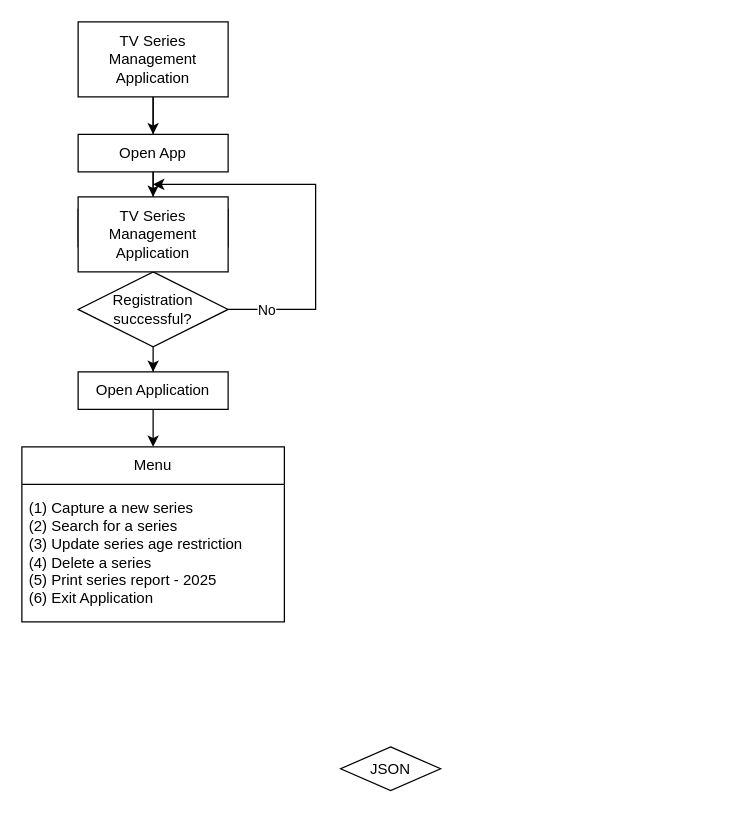
Earlier version of the draw.io diagram application_mapping.drawio (13wealth/PROG6112_iManage-tv). Source tidied: cells renumbered, new cells numbered last; positions are measured from the earlier drawing's top-left corner, leaving out a move shared by most shapes. Both pictures are drawn from the tidied source at 125%, with x=0, y=0 at pixel (21, 21).
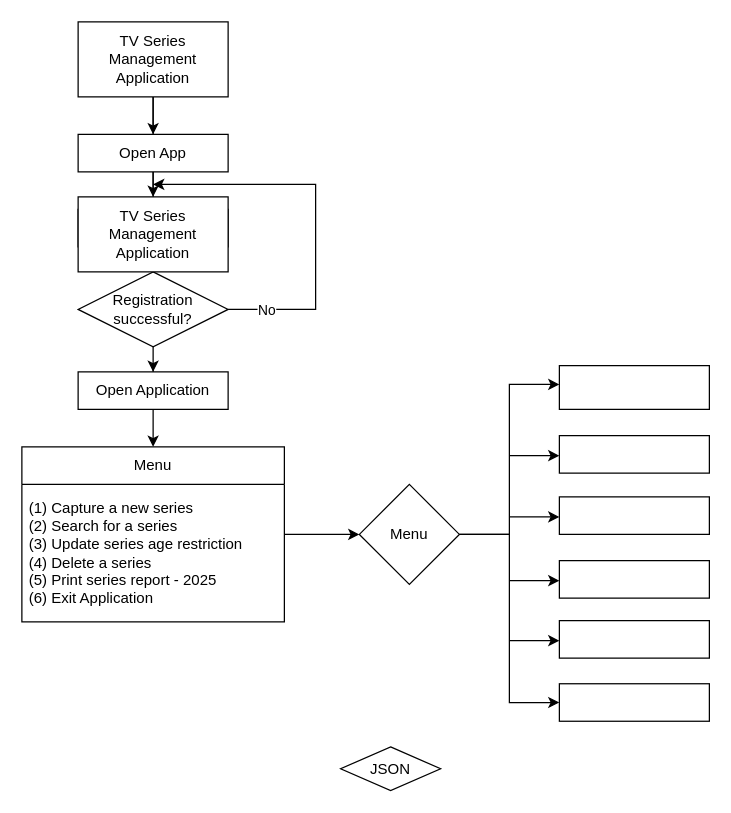
The same diagram, later.

Unchanged cells that the change refers to:
```xml
<mxCell id="16" value="Menu" style="swimlane;fontStyle=0;horizontal=1;startSize=30;whiteSpace=wrap;html=1;" parent="1" vertex="1">
  <mxGeometry y="340" width="210" height="140" as="geometry" />
</mxCell>
```

The edit, as a diff of the source:
```diff
@@
+    <mxCell id="19" style="edgeStyle=orthogonalEdgeStyle;rounded=0;jettySize=auto;html=1;" parent="1" edge="1" source="16" target="21">
+      <mxGeometry relative="1" as="geometry" />
+    </mxCell>
@@
+    <mxCell id="20" style="edgeStyle=orthogonalEdgeStyle;rounded=0;jettySize=auto;html=1;" parent="1" edge="1" source="21" target="22">
+      <mxGeometry relative="1" as="geometry">
+        <Array as="points">
+          <mxPoint x="390" y="410" />
+          <mxPoint x="390" y="290" />
+        </Array>
+      </mxGeometry>
+    </mxCell>
+    <mxCell id="21" value="Menu" style="rhombus;whiteSpace=wrap;html=1;fontStyle=0;startSize=30;horizontal=1;" parent="1" vertex="1">
+      <mxGeometry x="270" y="370" width="80" height="80" as="geometry" />
+    </mxCell>
+    <mxCell id="22" style="whiteSpace=wrap;html=1;fontStyle=0;startSize=30;horizontal=1;" parent="1" vertex="1">
+      <mxGeometry x="430" y="275" width="120" height="35" as="geometry" />
+    </mxCell>
+    <mxCell id="23" style="endArrow=classic;html=1;rounded=0;" parent="1" edge="1">
+      <mxGeometry relative="1" as="geometry">
+        <mxPoint x="390" y="347" as="sourcePoint" />
+        <mxPoint x="430" y="347" as="targetPoint" />
+        <Array as="points">
+          <mxPoint x="410" y="347" />
+        </Array>
+      </mxGeometry>
+    </mxCell>
+    <mxCell id="24" style="whiteSpace=wrap;html=1;fontStyle=0;startSize=30;horizontal=1;" parent="1" vertex="1">
+      <mxGeometry x="430" y="331" width="120" height="30" as="geometry" />
+    </mxCell>
+    <mxCell id="25" style="endArrow=classic;html=1;rounded=0;" parent="1" edge="1">
+      <mxGeometry relative="1" as="geometry">
+        <mxPoint x="390" y="396" as="sourcePoint" />
+        <mxPoint x="430" y="396" as="targetPoint" />
+        <Array as="points">
+          <mxPoint x="410" y="396" />
+        </Array>
+      </mxGeometry>
+    </mxCell>
+    <mxCell id="26" style="whiteSpace=wrap;html=1;fontStyle=0;startSize=30;horizontal=1;" parent="1" vertex="1">
+      <mxGeometry x="430" y="380" width="120" height="30" as="geometry" />
+    </mxCell>
+    <mxCell id="27" style="endArrow=classic;html=1;rounded=0;" parent="1" edge="1">
+      <mxGeometry relative="1" as="geometry">
+        <mxPoint x="390" y="447" as="sourcePoint" />
+        <mxPoint x="430" y="447" as="targetPoint" />
+        <Array as="points">
+          <mxPoint x="410" y="447" />
+        </Array>
+      </mxGeometry>
+    </mxCell>
+    <mxCell id="28" style="whiteSpace=wrap;html=1;fontStyle=0;startSize=30;horizontal=1;" parent="1" vertex="1">
+      <mxGeometry x="430" y="431" width="120" height="30" as="geometry" />
+    </mxCell>
+    <mxCell id="29" style="whiteSpace=wrap;html=1;fontStyle=0;startSize=30;horizontal=1;" parent="1" vertex="1">
+      <mxGeometry x="430" y="529.5" width="120" height="30" as="geometry" />
+    </mxCell>
+    <mxCell id="30" style="endArrow=classic;html=1;rounded=0;" parent="1" edge="1">
+      <mxGeometry relative="1" as="geometry">
+        <mxPoint x="390" y="495" as="sourcePoint" />
+        <mxPoint x="430" y="495" as="targetPoint" />
+        <Array as="points">
+          <mxPoint x="410" y="495" />
+        </Array>
+      </mxGeometry>
+    </mxCell>
+    <mxCell id="31" style="whiteSpace=wrap;html=1;fontStyle=0;startSize=30;horizontal=1;" parent="1" vertex="1">
+      <mxGeometry x="430" y="479" width="120" height="30" as="geometry" />
+    </mxCell>
+    <mxCell id="32" style="edgeStyle=orthogonalEdgeStyle;rounded=0;jettySize=auto;html=1;entryX=0;entryY=0.5;entryDx=0;entryDy=0;" parent="1" edge="1" target="29">
+      <mxGeometry relative="1" as="geometry">
+        <mxPoint x="360" y="410" as="sourcePoint" />
+        <Array as="points">
+          <mxPoint x="350" y="410" />
+          <mxPoint x="390" y="410" />
+          <mxPoint x="390" y="545" />
+        </Array>
+      </mxGeometry>
+    </mxCell>
```
